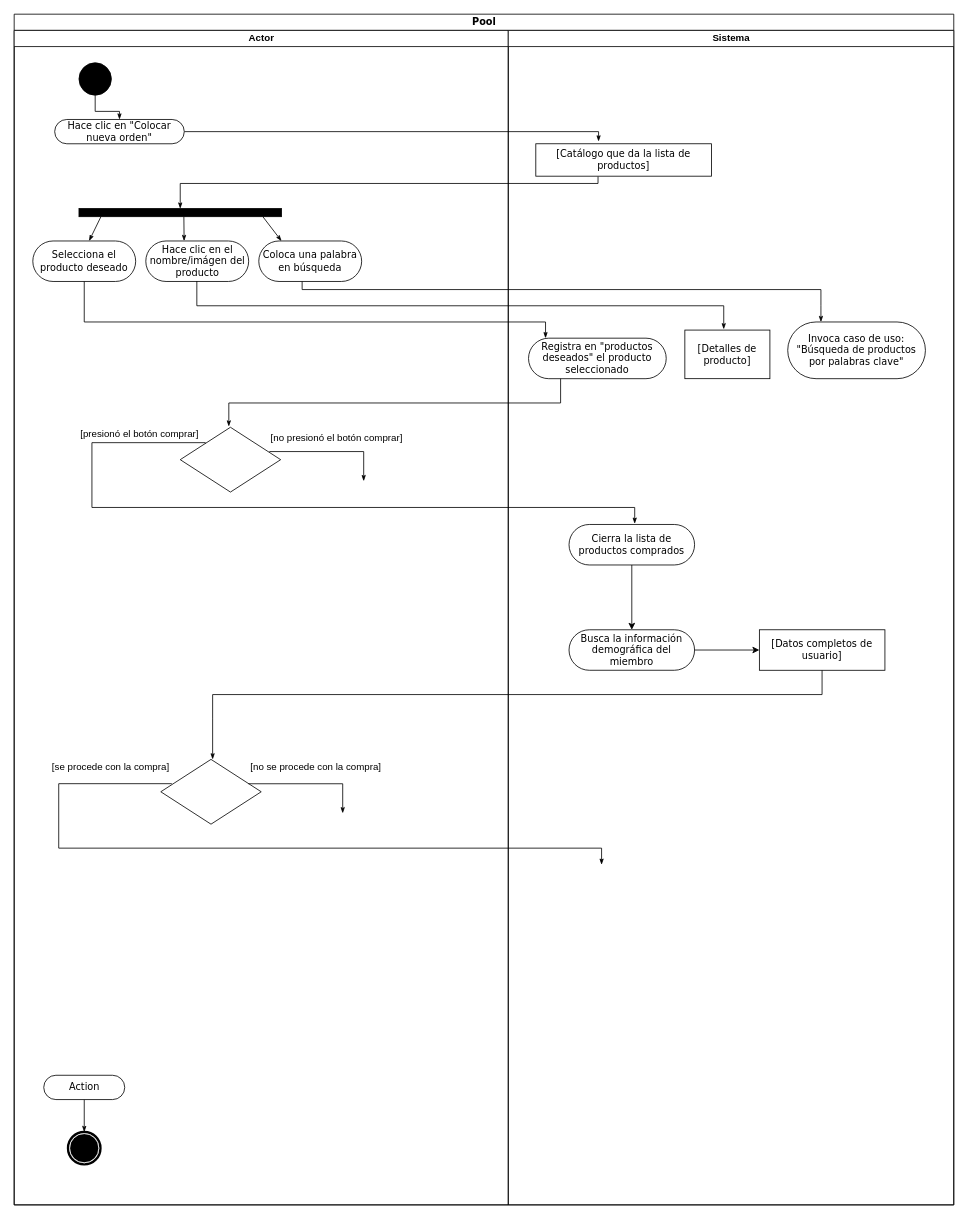
Earlier version of the draw.io diagram Taller diagrama de actividades.drawio (NeutronBlast/IS-Ex). Source tidied: cells renumbered, new cells numbered last; positions are measured from the earlier drawing's top-left corner, leaving out a move shared by most shapes. Both pictures are drawn from the tidied source at 81%, with x=0, y=0 at pixel (14, 14).
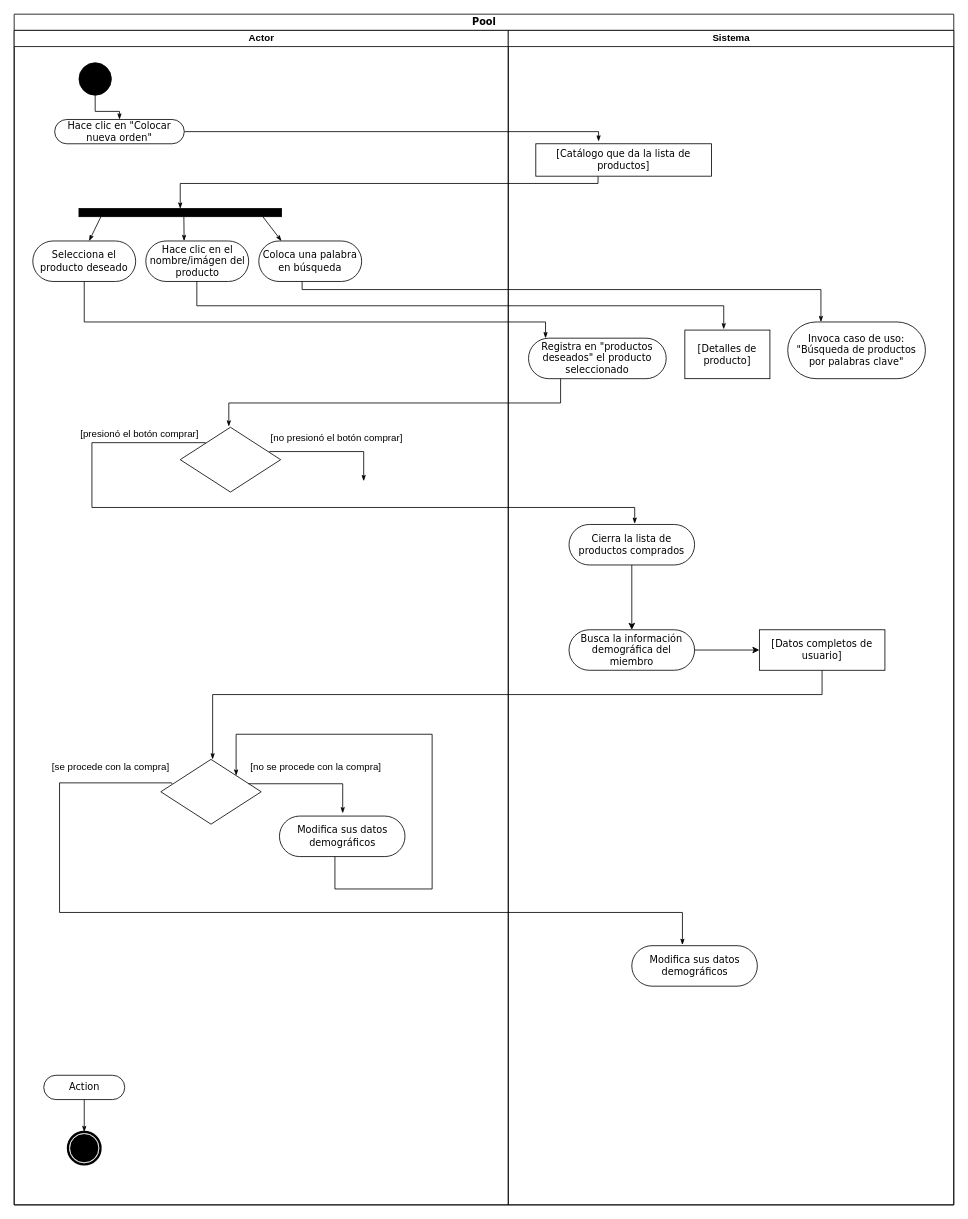
After the change.

Unchanged cells that the change refers to:
```xml
<mxCell id="5" value="Actor" style="swimlane;html=1;startSize=20;" parent="2" vertex="1">
  <mxGeometry y="20" width="610" height="1450" as="geometry" />
</mxCell>
<mxCell id="21" style="rhombus;whiteSpace=wrap;html=1;rounded=0;" parent="5" vertex="1">
  <mxGeometry x="181" y="900" width="124" height="80" as="geometry" />
</mxCell>
<mxCell id="27" value="Sistema&lt;br&gt;" style="swimlane;html=1;startSize=20;" parent="2" vertex="1">
  <mxGeometry x="610" y="20" width="550" height="1450" as="geometry" />
</mxCell>
```

Change to the diagram source:
```diff
@@
     <mxCell id="24" style="edgeStyle=orthogonalEdgeStyle;rounded=0;html=1;labelBackgroundColor=none;startArrow=none;startFill=0;startSize=5;endArrow=classicThin;endFill=1;endSize=5;jettySize=auto;orthogonalLoop=1;strokeColor=#000000;strokeWidth=1;fontFamily=Verdana;fontSize=12;fontColor=#000000;exitX=0;exitY=0;exitDx=0;exitDy=0;" parent="5" edge="1">
       <mxGeometry relative="1" as="geometry">
         <mxPoint x="194.6" y="930" as="sourcePoint" />
-        <mxPoint x="725.2" y="1030" as="targetPoint" />
+        <mxPoint x="825" y="1129" as="targetPoint" />
         <Array as="points">
-          <mxPoint x="55" y="929.6" />
-          <mxPoint x="55" y="1009.6" />
-          <mxPoint x="725" y="1009.6" />
+          <mxPoint x="56" y="929" />
+          <mxPoint x="56" y="1089" />
+          <mxPoint x="825" y="1089" />
         </Array>
       </mxGeometry>
     </mxCell>
@@
+    <mxCell id="44" value="Modifica sus datos demográficos" style="rounded=1;whiteSpace=wrap;html=1;shadow=0;comic=0;labelBackgroundColor=none;strokeColor=#000000;strokeWidth=1;fillColor=#ffffff;fontFamily=Verdana;fontSize=12;fontColor=#000000;align=center;arcSize=50;" parent="5" vertex="1">
+      <mxGeometry x="327.5" y="970" width="155" height="50" as="geometry" />
+    </mxCell>
@@
+    <mxCell id="45" style="edgeStyle=orthogonalEdgeStyle;rounded=0;html=1;labelBackgroundColor=none;startArrow=none;startFill=0;startSize=5;endArrow=classicThin;endFill=1;endSize=5;jettySize=auto;strokeColor=#000000;strokeWidth=1;fontFamily=Verdana;fontSize=12;fontColor=#000000;entryX=1;entryY=0;entryDx=0;entryDy=0;" parent="27" edge="1" target="21">
+      <mxGeometry relative="1" as="geometry">
+        <mxPoint x="-214" y="1020" as="sourcePoint" />
+        <Array as="points">
+          <mxPoint x="-214" y="1060" />
+          <mxPoint x="-94" y="1060" />
+          <mxPoint x="-94" y="869" />
+          <mxPoint x="-336" y="869" />
+        </Array>
+      </mxGeometry>
+    </mxCell>
+    <mxCell id="46" value="Modifica sus datos demográficos" style="rounded=1;whiteSpace=wrap;html=1;shadow=0;comic=0;labelBackgroundColor=none;strokeColor=#000000;strokeWidth=1;fillColor=#ffffff;fontFamily=Verdana;fontSize=12;fontColor=#000000;align=center;arcSize=50;" parent="27" vertex="1">
+      <mxGeometry x="152.5" y="1130" width="155" height="50" as="geometry" />
+    </mxCell>
```
